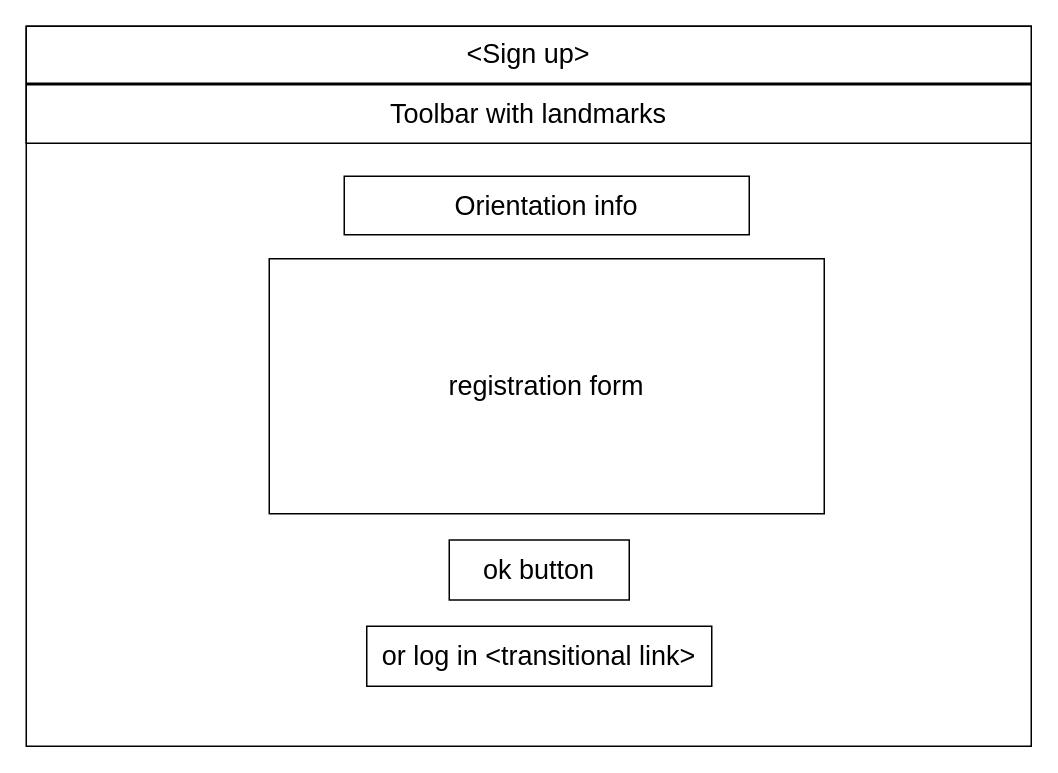
This is other/documentation/frontend/DRAW IO desing/signup.drawio from LeonardoPanizzo/hypermedia2019, a draw.io file, before an edit. Source tidied: cells renumbered, new cells numbered last; positions are measured from the earlier drawing's top-left corner, leaving out a move shared by most shapes. Both pictures are drawn from the tidied source at 150%, with x=0, y=0 at pixel (26, 26).
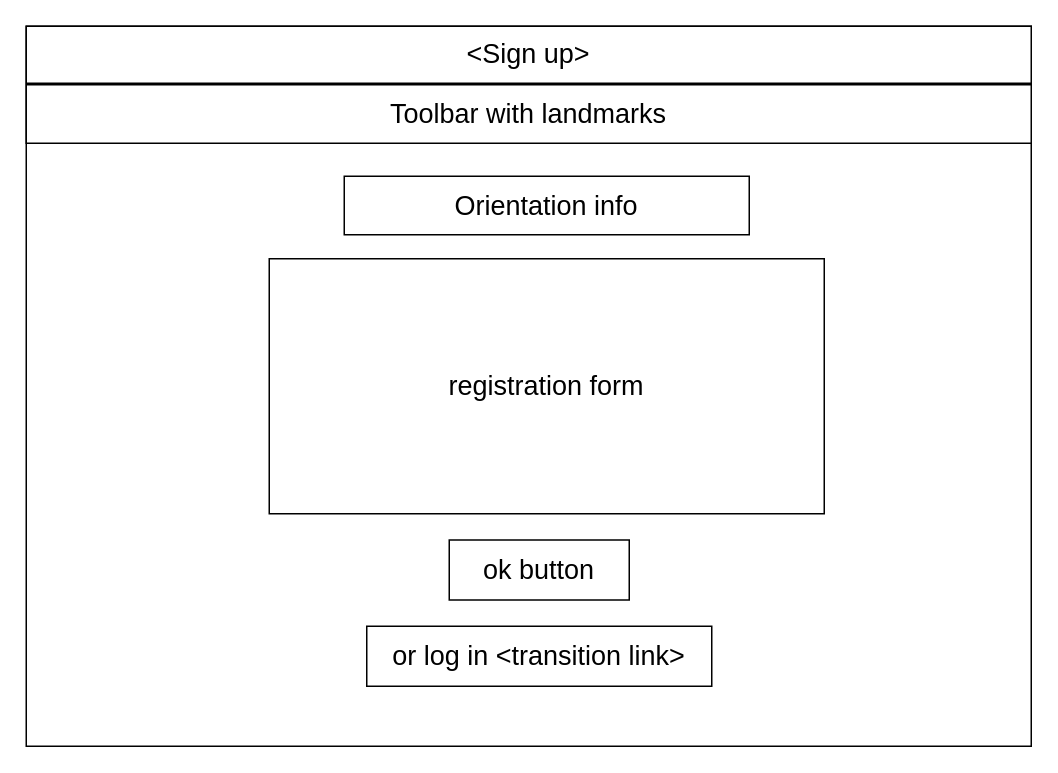
Above is the later version.

The edit, as a diff of the source:
```diff
@@
 <mxGraphModel>
   <root>
     <mxCell id="0" />
     <mxCell id="1" parent="0" />
     <mxCell id="2" style="rounded=0;whiteSpace=wrap;html=1;" parent="1" vertex="1">
       <mxGeometry width="670" height="480" as="geometry" />
     </mxCell>
     <mxCell id="3" value="&amp;lt;Sign up&amp;gt;" style="rounded=0;whiteSpace=wrap;html=1;fontSize=18;" parent="1" vertex="1">
       <mxGeometry width="670" height="38" as="geometry" />
     </mxCell>
     <mxCell id="4" value="Toolbar with landmarks" style="rounded=0;whiteSpace=wrap;html=1;fontSize=18;" parent="1" vertex="1">
       <mxGeometry y="39" width="670" height="39" as="geometry" />
     </mxCell>
     <mxCell id="5" value="registration form" style="rounded=0;whiteSpace=wrap;html=1;fontSize=18;" parent="1" vertex="1">
       <mxGeometry x="162" y="155" width="370" height="170" as="geometry" />
     </mxCell>
     <mxCell id="6" value="Orientation info" style="rounded=0;whiteSpace=wrap;html=1;fontSize=18;" parent="1" vertex="1">
       <mxGeometry x="212" y="100" width="270" height="39" as="geometry" />
     </mxCell>
     <mxCell id="7" value="ok button" style="rounded=0;whiteSpace=wrap;html=1;fontSize=18;" parent="1" vertex="1">
       <mxGeometry x="282" y="342.5" width="120" height="40" as="geometry" />
     </mxCell>
-    <mxCell id="8" value="or log in &amp;lt;transitional link&amp;gt;" style="rounded=0;whiteSpace=wrap;html=1;fontSize=18;" parent="1" vertex="1">
+    <mxCell id="8" value="or log in &amp;lt;transition link&amp;gt;" style="rounded=0;whiteSpace=wrap;html=1;fontSize=18;" parent="1" vertex="1">
       <mxGeometry x="227" y="400" width="230" height="40" as="geometry" />
     </mxCell>
   </root>
 </mxGraphModel>
```
